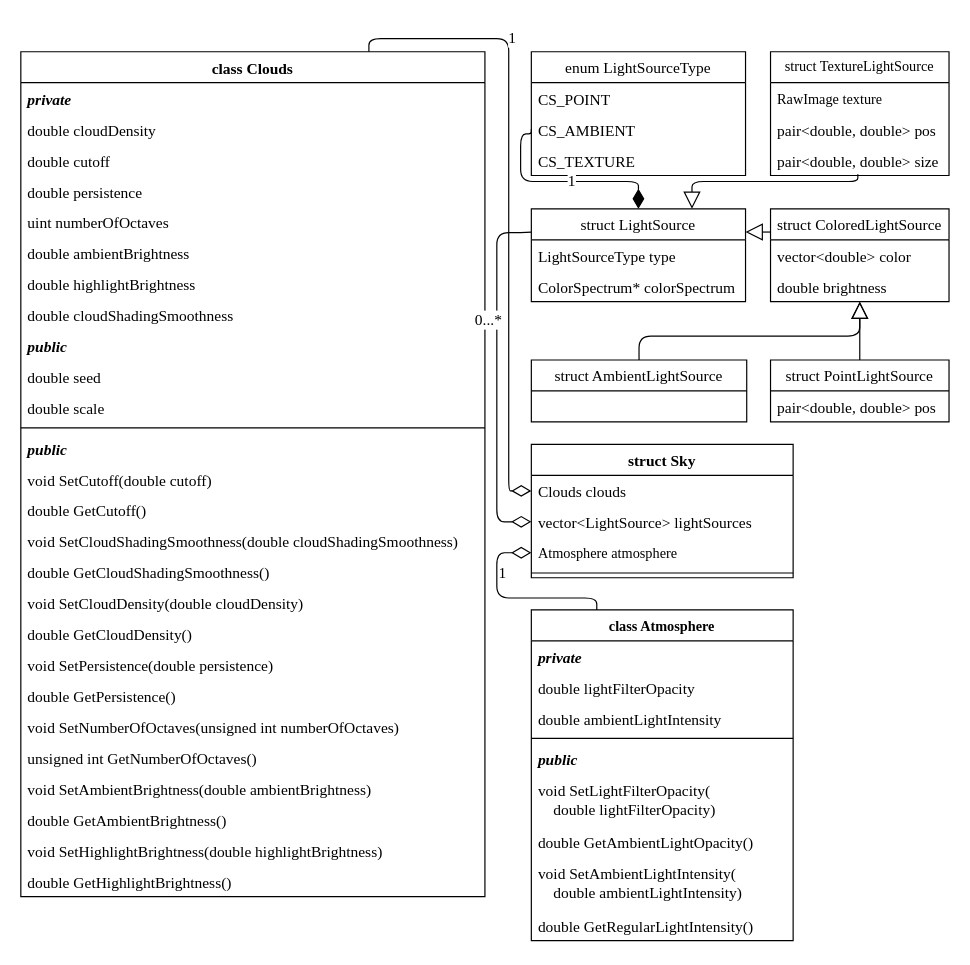
Before: page "Sky" (3 of 9) of Docs/Class diagrams.drawio in SpatiumOwl/ComplexSky-2.0, a draw.io diagram. Source tidied: cells renumbered, new cells numbered last; positions are measured from the earlier drawing's top-left corner, leaving out a move shared by most shapes. Both pictures are drawn from the tidied source at 119%, with x=0, y=0 at pixel (20, 38).
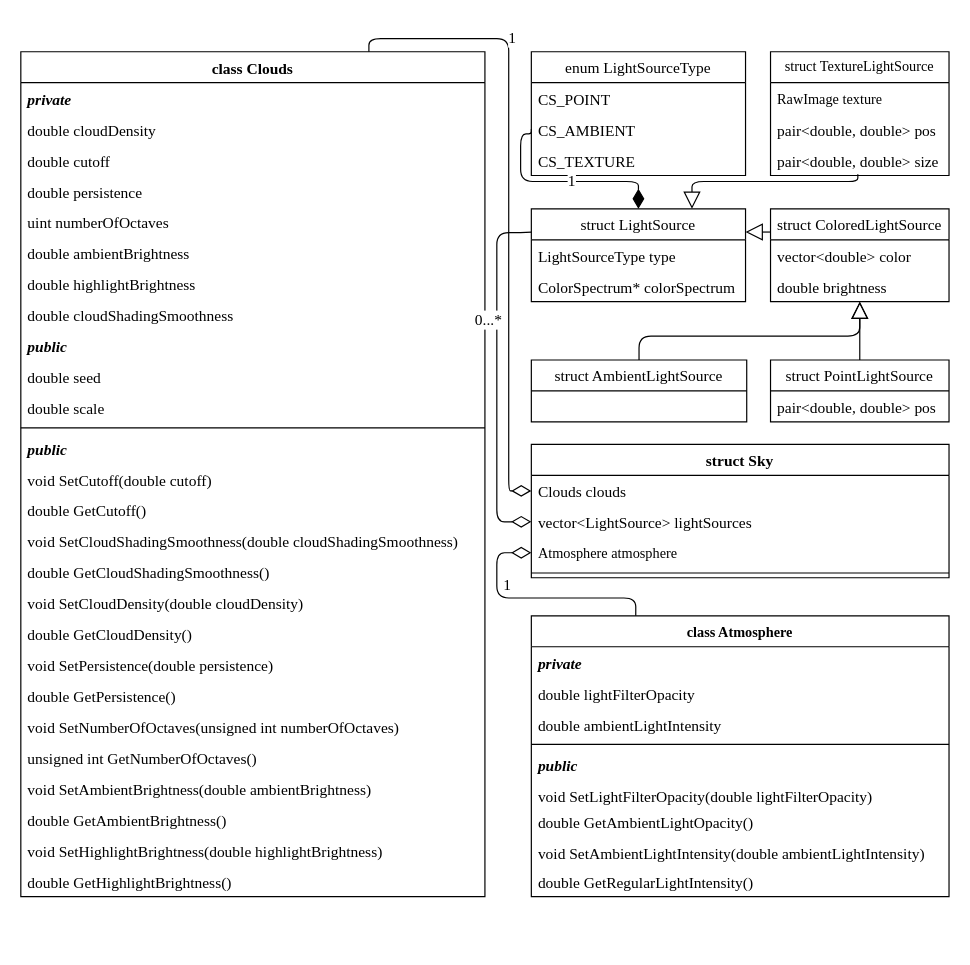
After the change.

Diff of the diagram source:
```diff
@@
     <mxCell id="47" value="struct Sky" style="swimlane;fontStyle=1;align=center;verticalAlign=top;horizontal=1;startSize=26;fontFamily=Times New Roman;fontSize=13;" parent="1" vertex="1">
-      <mxGeometry x="429" y="341" width="220" height="112" as="geometry" />
+      <mxGeometry x="429" y="341" width="351" height="112" as="geometry" />
     </mxCell>
     <mxCell id="48" value="Clouds clouds" style="text;strokeColor=none;fillColor=none;align=left;verticalAlign=top;spacingLeft=4;spacingRight=4;overflow=hidden;points=[[0,0.5],[1,0.5]];portConstraint=eastwest;fontFamily=Times New Roman;fontSize=13;" parent="47" vertex="1">
-      <mxGeometry y="26" width="220" height="26" as="geometry" />
+      <mxGeometry y="26" width="351" height="26" as="geometry" />
     </mxCell>
     <mxCell id="49" value="vector&lt;LightSource&gt; lightSources" style="text;strokeColor=none;fillColor=none;align=left;verticalAlign=top;spacingLeft=4;spacingRight=4;overflow=hidden;points=[[0,0.5],[1,0.5]];portConstraint=eastwest;fontFamily=Times New Roman;fontSize=13;" parent="47" vertex="1">
-      <mxGeometry y="52" width="220" height="26" as="geometry" />
+      <mxGeometry y="52" width="351" height="26" as="geometry" />
     </mxCell>
     <mxCell id="50" value="Atmosphere atmosphere" style="text;strokeColor=none;fillColor=none;align=left;verticalAlign=top;spacingLeft=4;spacingRight=4;overflow=hidden;points=[[0,0.5],[1,0.5]];portConstraint=eastwest;whiteSpace=wrap;html=1;fontFamily=Times New Roman;" parent="47" vertex="1">
-      <mxGeometry y="78" width="220" height="26" as="geometry" />
+      <mxGeometry y="78" width="351" height="26" as="geometry" />
     </mxCell>
     <mxCell id="51" style="line;strokeWidth=1;fillColor=none;align=left;verticalAlign=middle;spacingTop=-1;spacingLeft=3;spacingRight=3;labelPosition=right;fontFamily=Times New Roman;fontSize=13;" parent="47" vertex="1">
-      <mxGeometry y="104" width="220" height="8" as="geometry" />
+      <mxGeometry y="104" width="351" height="8" as="geometry" />
     </mxCell>
@@
     <mxCell id="54" value="class Atmosphere" style="swimlane;fontStyle=1;align=center;verticalAlign=top;horizontal=1;startSize=26;whiteSpace=wrap;html=1;fontFamily=Times New Roman;" parent="1" vertex="1">
-      <mxGeometry x="429" y="480" width="220" height="278" as="geometry" />
+      <mxGeometry x="429" y="485" width="351" height="236" as="geometry" />
     </mxCell>
     <mxCell id="55" value="private" style="text;strokeColor=none;fillColor=none;align=left;verticalAlign=top;spacingLeft=4;spacingRight=4;overflow=hidden;fontStyle=3;fontFamily=Times New Roman;fontSize=13;" parent="54" vertex="1">
-      <mxGeometry y="26" width="220" height="26" as="geometry" />
+      <mxGeometry y="26" width="351" height="26" as="geometry" />
     </mxCell>
     <mxCell id="56" value="double lightFilterOpacity" style="text;strokeColor=none;fillColor=none;align=left;verticalAlign=top;spacingLeft=4;spacingRight=4;overflow=hidden;fontFamily=Times New Roman;fontSize=13;" parent="54" vertex="1">
-      <mxGeometry y="52" width="220" height="26" as="geometry" />
+      <mxGeometry y="52" width="351" height="26" as="geometry" />
     </mxCell>
     <mxCell id="57" value="double ambientLightIntensity" style="text;strokeColor=none;fillColor=none;align=left;verticalAlign=top;spacingLeft=4;spacingRight=4;overflow=hidden;fontFamily=Times New Roman;fontSize=13;" parent="54" vertex="1">
-      <mxGeometry y="78" width="220" height="26" as="geometry" />
+      <mxGeometry y="78" width="351" height="26" as="geometry" />
     </mxCell>
     <mxCell id="58" style="line;strokeWidth=1;fillColor=none;align=left;verticalAlign=middle;spacingTop=-1;spacingLeft=3;spacingRight=3;labelPosition=right;strokeColor=inherit;fontFamily=Times New Roman;" parent="54" vertex="1">
-      <mxGeometry y="104" width="220" height="8" as="geometry" />
+      <mxGeometry y="104" width="351" height="8" as="geometry" />
     </mxCell>
     <mxCell id="59" value="public" style="text;strokeColor=none;fillColor=none;align=left;verticalAlign=top;spacingLeft=4;spacingRight=4;overflow=hidden;fontStyle=3;fontFamily=Times New Roman;fontSize=13;" parent="54" vertex="1">
-      <mxGeometry y="112" width="220" height="26" as="geometry" />
+      <mxGeometry y="112" width="351" height="26" as="geometry" />
     </mxCell>
-    <mxCell id="60" value="void SetLightFilterOpacity(&#10;    double lightFilterOpacity)" style="text;strokeColor=none;fillColor=none;align=left;verticalAlign=top;spacingLeft=4;spacingRight=4;overflow=hidden;fontFamily=Times New Roman;fontSize=13;" parent="54" vertex="1">
-      <mxGeometry y="138" width="220" height="44" as="geometry" />
+    <mxCell id="60" value="void SetLightFilterOpacity(double lightFilterOpacity)" style="text;strokeColor=none;fillColor=none;align=left;verticalAlign=top;spacingLeft=4;spacingRight=4;overflow=hidden;fontFamily=Times New Roman;fontSize=13;" parent="54" vertex="1">
+      <mxGeometry y="138" width="351" height="22" as="geometry" />
     </mxCell>
     <mxCell id="61" value="double GetAmbientLightOpacity()" style="text;strokeColor=none;fillColor=none;align=left;verticalAlign=top;spacingLeft=4;spacingRight=4;overflow=hidden;fontFamily=Times New Roman;fontSize=13;" parent="54" vertex="1">
-      <mxGeometry y="182" width="220" height="26" as="geometry" />
+      <mxGeometry y="160" width="351" height="26" as="geometry" />
     </mxCell>
-    <mxCell id="62" value="void SetAmbientLightIntensity(&#10;    double ambientLightIntensity)" style="text;strokeColor=none;fillColor=none;align=left;verticalAlign=top;spacingLeft=4;spacingRight=4;overflow=hidden;fontFamily=Times New Roman;fontSize=13;" parent="54" vertex="1">
-      <mxGeometry y="208" width="220" height="44" as="geometry" />
+    <mxCell id="62" value="void SetAmbientLightIntensity(double ambientLightIntensity)" style="text;strokeColor=none;fillColor=none;align=left;verticalAlign=top;spacingLeft=4;spacingRight=4;overflow=hidden;fontFamily=Times New Roman;fontSize=13;" parent="54" vertex="1">
+      <mxGeometry y="186" width="351" height="24" as="geometry" />
     </mxCell>
     <mxCell id="63" value="double GetRegularLightIntensity()" style="text;strokeColor=none;fillColor=none;align=left;verticalAlign=top;spacingLeft=4;spacingRight=4;overflow=hidden;fontFamily=Times New Roman;fontSize=13;" parent="54" vertex="1">
-      <mxGeometry y="252" width="220" height="26" as="geometry" />
+      <mxGeometry y="210" width="351" height="26" as="geometry" />
     </mxCell>
     <mxCell id="64" value="1" style="endArrow=none;html=1;endSize=12;startArrow=diamondThin;startSize=14;startFill=0;edgeStyle=orthogonalEdgeStyle;align=left;verticalAlign=bottom;rounded=1;endFill=0;exitX=0;exitY=0.5;exitDx=0;exitDy=0;entryX=0.25;entryY=0;entryDx=0;entryDy=0;fontFamily=Times New Roman;fontSize=13;" parent="1" edge="1" source="50" target="54">
       <mxGeometry x="-0.29" relative="1" as="geometry">
         <Array as="points">
           <mxPoint x="400" y="432" />
           <mxPoint x="400" y="470" />
-          <mxPoint x="484" y="470" />
+          <mxPoint x="517" y="470" />
         </Array>
       </mxGeometry>
     </mxCell>
```
